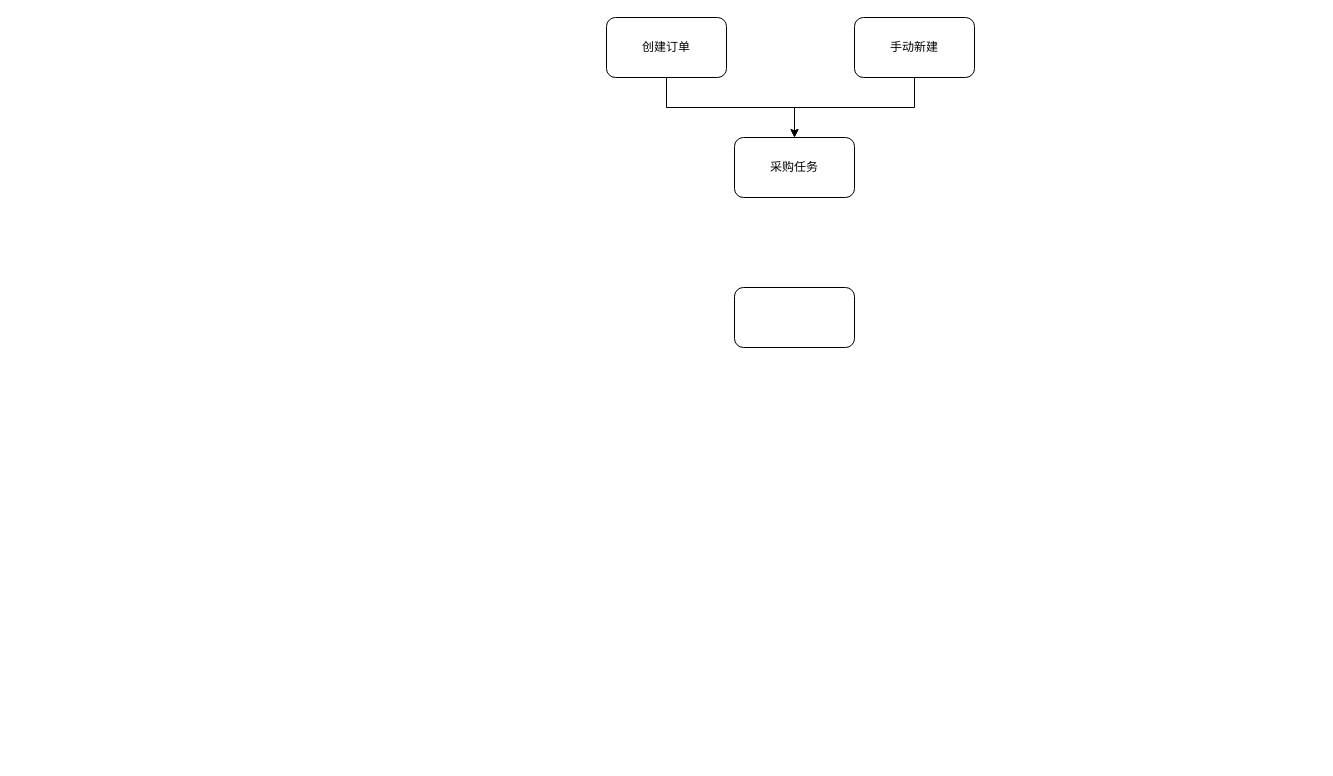
Before: 轻巧版采购任务同步.drawio in pcorvoh/-warehouse, a draw.io diagram. Source tidied: cells renumbered, new cells numbered last; positions are measured from the earlier drawing's top-left corner, leaving out a move shared by most shapes. Both pictures are drawn from the tidied source at 100%, with x=0, y=0 at pixel (606, 17).
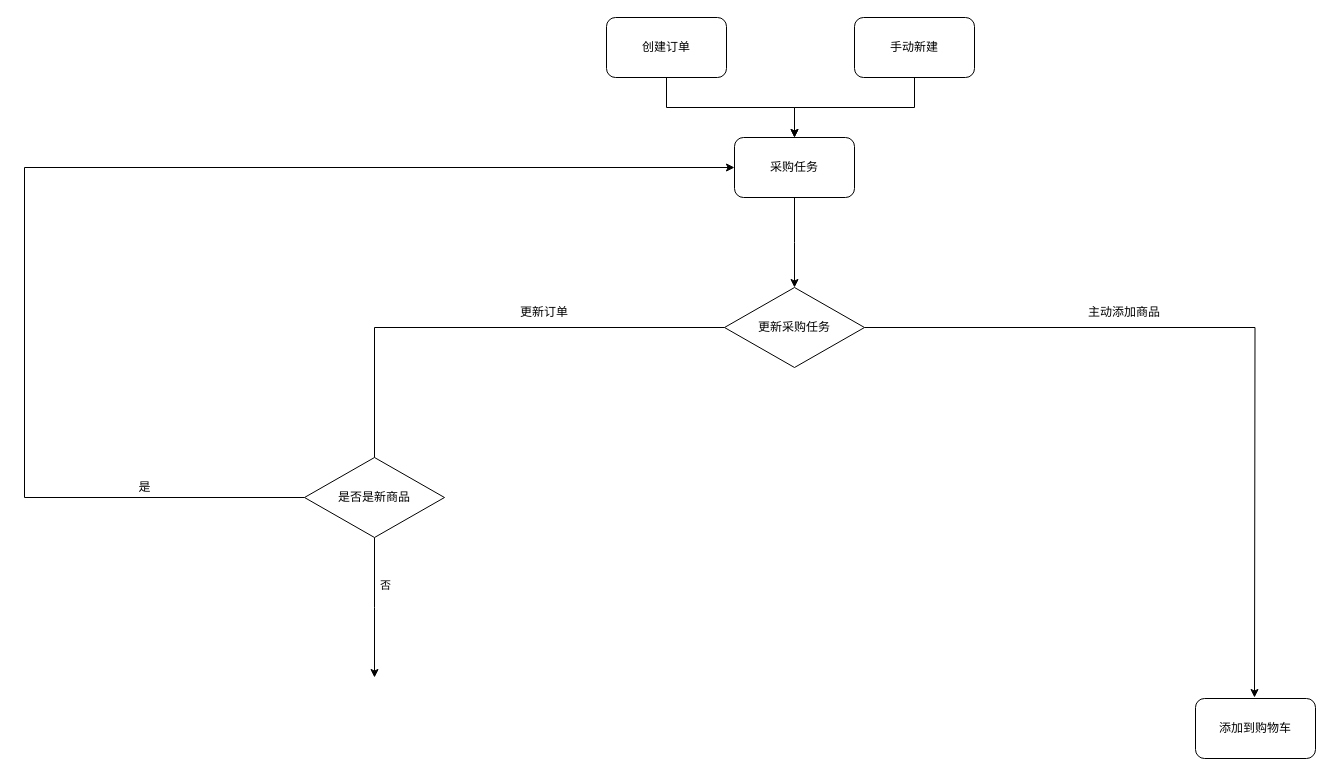
After the change.

Commit message:
更新轻巧版采购任务同步.drawio

The change refers to these unchanged cells:
```xml
<mxCell id="6" value="采购任务" style="rounded=1;whiteSpace=wrap;html=1;" parent="1" vertex="1">
  <mxGeometry x="128" y="120" width="120" height="60" as="geometry" />
</mxCell>
```

What changed in the source:
```diff
@@
+    <mxCell id="8" style="edgeStyle=orthogonalEdgeStyle;rounded=0;jettySize=auto;html=1;exitX=0.5;exitY=1;exitDx=0;exitDy=0;entryX=0.5;entryY=0;entryDx=0;entryDy=0;" parent="1" edge="1" source="6">
+      <mxGeometry relative="1" as="geometry">
+        <mxPoint x="188" y="270" as="targetPoint" />
+      </mxGeometry>
+    </mxCell>
@@
-    <mxCell id="7" style="rounded=1;whiteSpace=wrap;html=1;" parent="1" vertex="1">
-      <mxGeometry x="128" y="270" width="120" height="60" as="geometry" />
-    </mxCell>
+    <mxCell id="9" style="edgeStyle=orthogonalEdgeStyle;rounded=0;jettySize=auto;html=1;startArrow=none;" parent="1" edge="1" source="16">
+      <mxGeometry relative="1" as="geometry">
+        <mxPoint x="-232" y="660" as="targetPoint" />
+      </mxGeometry>
+    </mxCell>
+    <mxCell id="10" value="否" style="edgeLabel;html=1;align=center;verticalAlign=middle;" parent="9" vertex="1">
+      <mxGeometry x="-0.33" y="5" relative="1" as="geometry">
+        <mxPoint x="5" as="offset" />
+      </mxGeometry>
+    </mxCell>
+    <mxCell id="11" style="edgeStyle=orthogonalEdgeStyle;rounded=0;jettySize=auto;html=1;" parent="1" edge="1" source="12">
+      <mxGeometry relative="1" as="geometry">
+        <mxPoint x="648" y="680" as="targetPoint" />
+      </mxGeometry>
+    </mxCell>
+    <mxCell id="12" value="更新采购任务" style="rhombus;whiteSpace=wrap;html=1;" parent="1" vertex="1">
+      <mxGeometry x="118" y="270" width="140" height="80" as="geometry" />
+    </mxCell>
+    <mxCell id="13" value="更新订单" style="text;html=1;strokeColor=none;fillColor=none;align=center;verticalAlign=middle;whiteSpace=wrap;rounded=0;" parent="1" vertex="1">
+      <mxGeometry x="-92" y="280" width="60" height="30" as="geometry" />
+    </mxCell>
+    <mxCell id="14" value="主动添加商品" style="text;html=1;strokeColor=none;fillColor=none;align=center;verticalAlign=middle;whiteSpace=wrap;rounded=0;" parent="1" vertex="1">
+      <mxGeometry x="478" y="280" width="80" height="30" as="geometry" />
+    </mxCell>
+    <mxCell id="15" style="edgeStyle=orthogonalEdgeStyle;rounded=0;jettySize=auto;html=1;entryX=0;entryY=0.5;entryDx=0;entryDy=0;" parent="1" edge="1" source="16" target="6">
+      <mxGeometry relative="1" as="geometry">
+        <Array as="points">
+          <mxPoint x="-582" y="480" />
+          <mxPoint x="-582" y="150" />
+        </Array>
+      </mxGeometry>
+    </mxCell>
+    <mxCell id="16" value="是否是新商品" style="rhombus;whiteSpace=wrap;html=1;" parent="1" vertex="1">
+      <mxGeometry x="-302" y="440" width="140" height="80" as="geometry" />
+    </mxCell>
+    <mxCell id="17" style="edgeStyle=orthogonalEdgeStyle;rounded=0;jettySize=auto;html=1;endArrow=none;" parent="1" edge="1" source="12" target="16">
+      <mxGeometry relative="1" as="geometry" />
+    </mxCell>
+    <mxCell id="18" value="是" style="text;html=1;align=center;verticalAlign=middle;strokeColor=none;fillColor=none;" parent="1" vertex="1">
+      <mxGeometry x="-482" y="455" width="40" height="30" as="geometry" />
+    </mxCell>
+    <mxCell id="19" value="添加到购物车" style="rounded=1;whiteSpace=wrap;html=1;" parent="1" vertex="1">
+      <mxGeometry x="589" y="681" width="120" height="60" as="geometry" />
+    </mxCell>
```
